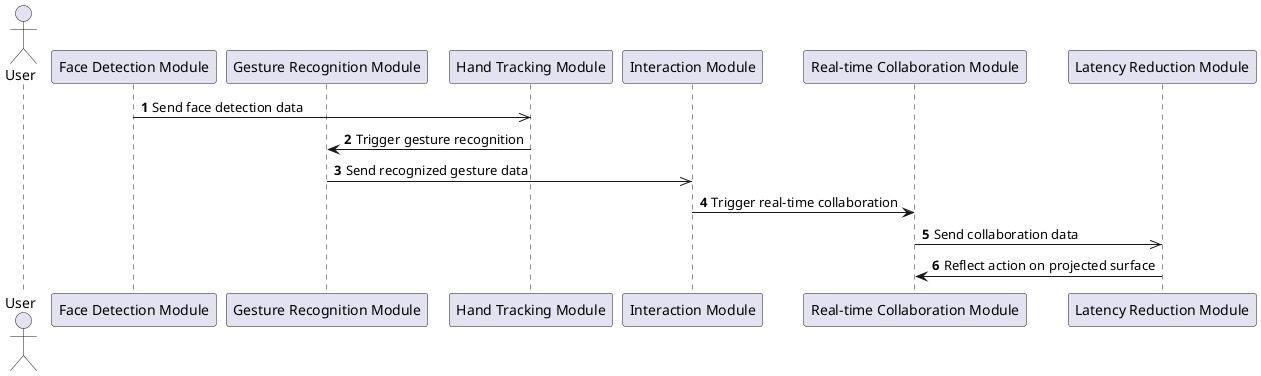
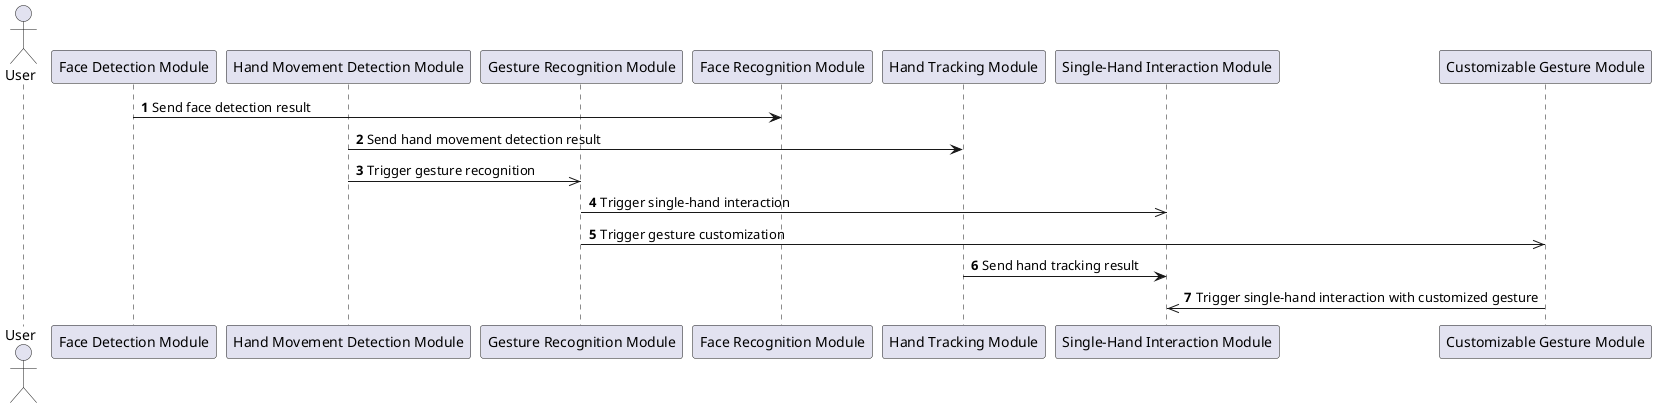
@startuml
autonumber
actor User
participant "Face Detection Module" as FaceDetectionModule
+ participant "Hand Movement Detection Module" as HandMovementDetectionModule
participant "Gesture Recognition Module" as GestureRecognitionModule
+ participant "Face Recognition Module" as FaceRecognitionModule
participant "Hand Tracking Module" as HandTrackingModule
- participant "Interaction Module" as InteractionModule
- participant "Real-time Collaboration Module" as RealtimeCollaborationModule
- participant "Latency Reduction Module" as LatencyReductionModule
- FaceDetectionModule ->> HandTrackingModule : Send face detection data
- HandTrackingModule -> GestureRecognitionModule : Trigger gesture recognition
- GestureRecognitionModule ->> InteractionModule : Send recognized gesture data
- InteractionModule -> RealtimeCollaborationModule : Trigger real-time collaboration
- RealtimeCollaborationModule ->> LatencyReductionModule : Send collaboration data
- LatencyReductionModule -> RealtimeCollaborationModule : Reflect action on projected surface
+ participant "Single-Hand Interaction Module" as SingleHandInteractionModule
+ participant "Customizable Gesture Module" as CustomizableGestureModule
+ FaceDetectionModule -> FaceRecognitionModule : Send face detection result
+ HandMovementDetectionModule -> HandTrackingModule : Send hand movement detection result
+ HandMovementDetectionModule ->> GestureRecognitionModule : Trigger gesture recognition
+ GestureRecognitionModule ->> SingleHandInteractionModule : Trigger single-hand interaction
+ GestureRecognitionModule ->> CustomizableGestureModule : Trigger gesture customization
+ HandTrackingModule -> SingleHandInteractionModule : Send hand tracking result
+ CustomizableGestureModule ->> SingleHandInteractionModule : Trigger single-hand interaction with customized gesture
@enduml